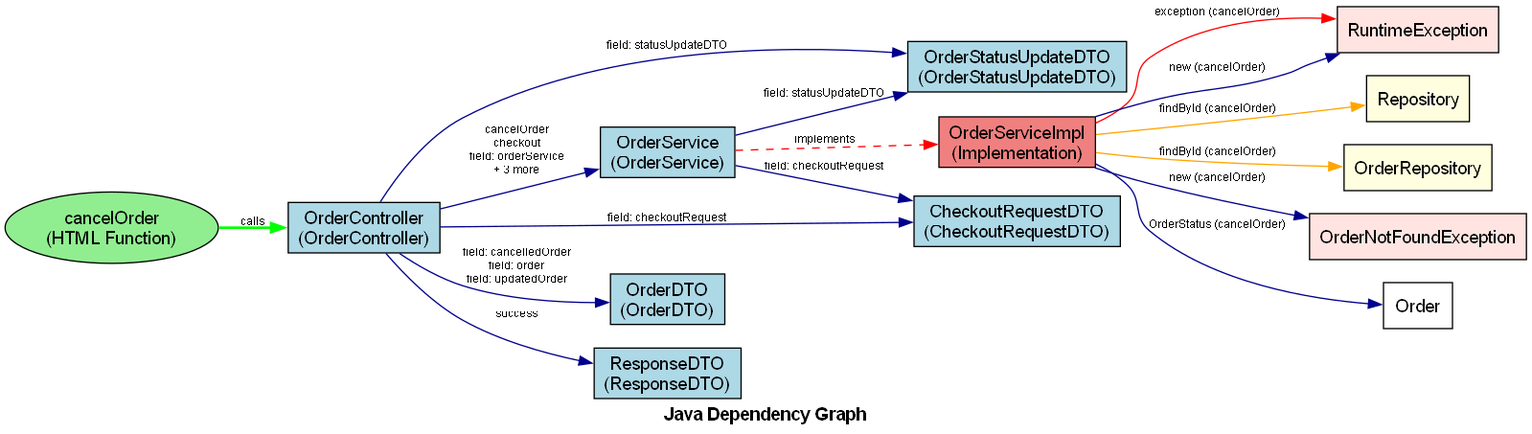
Above: dependencies.png in tudao164/DependGraphForJava2 (Graphviz), before the change. Its source is kept beside it as dependencies.dot.
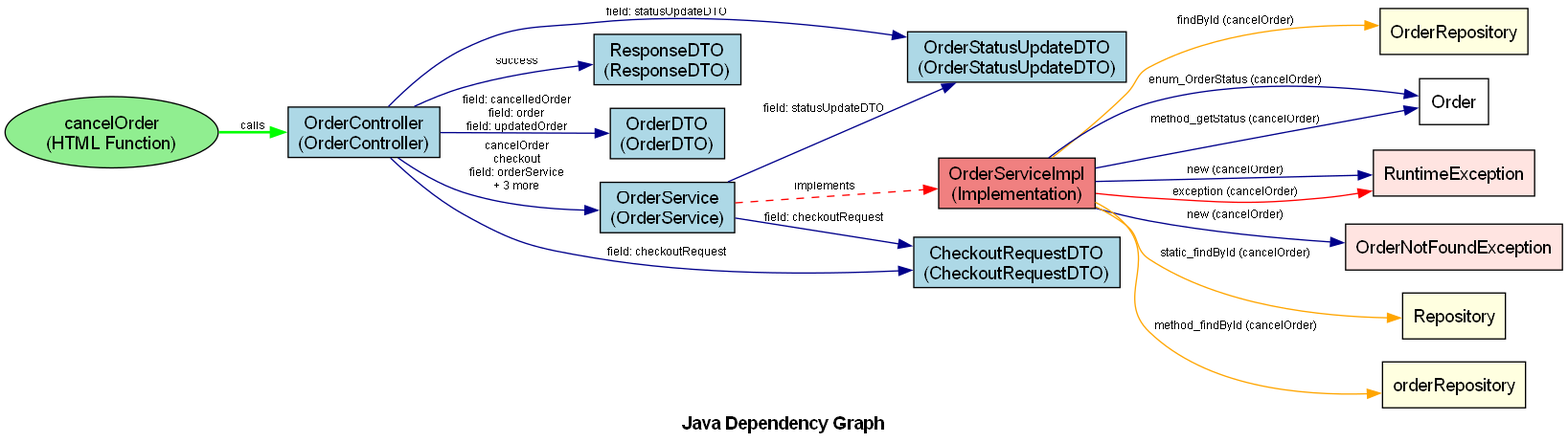
After the change.

What changed in the source:
```diff
@@ -5,11 +5,11 @@
     graph [fontname="Arial Bold", fontsize=14, label="Java Dependency Graph"];
 
     "OrderStatusUpdateDTO" [label="OrderStatusUpdateDTO\n(OrderStatusUpdateDTO)", URL="javascript:showNodeInfo('OrderStatusUpdateDTO')", fillcolor="lightblue"];
+    "ResponseDTO" [label="ResponseDTO\n(ResponseDTO)", URL="javascript:showNodeInfo('ResponseDTO')", fillcolor="lightblue"];
+    "OrderDTO" [label="OrderDTO\n(OrderDTO)", URL="javascript:showNodeInfo('OrderDTO')", fillcolor="lightblue"];
+    "OrderController" [label="OrderController\n(OrderController)", URL="javascript:showNodeInfo('OrderController')", fillcolor="lightblue"];
+    "OrderService" [label="OrderService\n(OrderService)", URL="javascript:showNodeInfo('OrderService')", fillcolor="lightblue"];
     "CheckoutRequestDTO" [label="CheckoutRequestDTO\n(CheckoutRequestDTO)", URL="javascript:showNodeInfo('CheckoutRequestDTO')", fillcolor="lightblue"];
-    "OrderController" [label="OrderController\n(OrderController)", URL="javascript:showNodeInfo('OrderController')", fillcolor="lightblue"];
-    "OrderDTO" [label="OrderDTO\n(OrderDTO)", URL="javascript:showNodeInfo('OrderDTO')", fillcolor="lightblue"];
-    "ResponseDTO" [label="ResponseDTO\n(ResponseDTO)", URL="javascript:showNodeInfo('ResponseDTO')", fillcolor="lightblue"];
-    "OrderService" [label="OrderService\n(OrderService)", URL="javascript:showNodeInfo('OrderService')", fillcolor="lightblue"];
 
     "OrderController" -> "ResponseDTO" [label="success", URL="javascript:showEdgeInfo('OrderController', 'ResponseDTO')"];
     "OrderController" -> "OrderService" [label="cancelOrder\ncheckout\nfield: orderService\n+ 3 more", URL="javascript:showEdgeInfo('OrderController', 'OrderService')"];
@@ -22,18 +22,22 @@
     "OrderServiceImpl" [label="OrderServiceImpl\n(Implementation)", URL="javascript:showNodeInfo('OrderServiceImpl')", fillcolor="lightcoral", shape="box"];
     "OrderService" -> "OrderServiceImpl" [label="implements", URL="javascript:showEdgeInfo('OrderService', 'OrderServiceImpl')", color="red", style="dashed"];
 
+    "OrderRepository" [label="OrderRepository", URL="javascript:showNodeInfo('OrderRepository')", fillcolor="lightyellow", shape="box"];
+    "OrderServiceImpl" -> "OrderRepository" [label="findById (cancelOrder)", URL="javascript:showEdgeInfo('OrderServiceImpl', 'OrderRepository')", color="orange"];
+    "Order" [label="Order", URL="javascript:showNodeInfo('Order')", fillcolor="white", shape="box"];
+    "OrderServiceImpl" -> "Order" [label="enum_OrderStatus (cancelOrder)", URL="javascript:showEdgeInfo('OrderServiceImpl', 'Order')"];
+    "Order" [label="Order", URL="javascript:showNodeInfo('Order')", fillcolor="white", shape="box"];
+    "OrderServiceImpl" -> "Order" [label="method_getStatus (cancelOrder)", URL="javascript:showEdgeInfo('OrderServiceImpl', 'Order')"];
+    "RuntimeException" [label="RuntimeException", URL="javascript:showNodeInfo('RuntimeException')", fillcolor="mistyrose", shape="box"];
+    "OrderServiceImpl" -> "RuntimeException" [label="new (cancelOrder)", URL="javascript:showEdgeInfo('OrderServiceImpl', 'RuntimeException')"];
     "RuntimeException" [label="RuntimeException", URL="javascript:showNodeInfo('RuntimeException')", fillcolor="mistyrose", shape="box"];
     "OrderServiceImpl" -> "RuntimeException" [label="exception (cancelOrder)", URL="javascript:showEdgeInfo('OrderServiceImpl', 'RuntimeException')", color="red"];
-    "Repository" [label="Repository", URL="javascript:showNodeInfo('Repository')", fillcolor="lightyellow", shape="box"];
-    "OrderServiceImpl" -> "Repository" [label="findById (cancelOrder)", URL="javascript:showEdgeInfo('OrderServiceImpl', 'Repository')", color="orange"];
-    "OrderRepository" [label="OrderRepository", URL="javascript:showNodeInfo('OrderRepository')", fillcolor="lightyellow", shape="box"];
-    "OrderServiceImpl" -> "OrderRepository" [label="findById (cancelOrder)", URL="javascript:showEdgeInfo('OrderServiceImpl', 'OrderRepository')", color="orange"];
     "OrderNotFoundException" [label="OrderNotFoundException", URL="javascript:showNodeInfo('OrderNotFoundException')", fillcolor="mistyrose", shape="box"];
     "OrderServiceImpl" -> "OrderNotFoundException" [label="new (cancelOrder)", URL="javascript:showEdgeInfo('OrderServiceImpl', 'OrderNotFoundException')"];
-    "RuntimeException" [label="RuntimeException", URL="javascript:showNodeInfo('RuntimeException')", fillcolor="mistyrose", shape="box"];
-    "OrderServiceImpl" -> "RuntimeException" [label="new (cancelOrder)", URL="javascript:showEdgeInfo('OrderServiceImpl', 'RuntimeException')"];
-    "Order" [label="Order", URL="javascript:showNodeInfo('Order')", fillcolor="white", shape="box"];
-    "OrderServiceImpl" -> "Order" [label="OrderStatus (cancelOrder)", URL="javascript:showEdgeInfo('OrderServiceImpl', 'Order')"];
+    "Repository" [label="Repository", URL="javascript:showNodeInfo('Repository')", fillcolor="lightyellow", shape="box"];
+    "OrderServiceImpl" -> "Repository" [label="static_findById (cancelOrder)", URL="javascript:showEdgeInfo('OrderServiceImpl', 'Repository')", color="orange"];
+    "orderRepository" [label="orderRepository", URL="javascript:showNodeInfo('orderRepository')", fillcolor="lightyellow", shape="box"];
+    "OrderServiceImpl" -> "orderRepository" [label="method_findById (cancelOrder)", URL="javascript:showEdgeInfo('OrderServiceImpl', 'orderRepository')", color="orange"];
 
     "HTML_cancelOrder" [label="cancelOrder\n(HTML Function)", URL="javascript:showNodeInfo('HTML_cancelOrder')", fillcolor="lightgreen", shape="ellipse"];
     "HTML_cancelOrder" -> "OrderController" [label="calls", URL="javascript:showEdgeInfo('HTML_cancelOrder', 'OrderController')", color="green", style="bold"];
```
